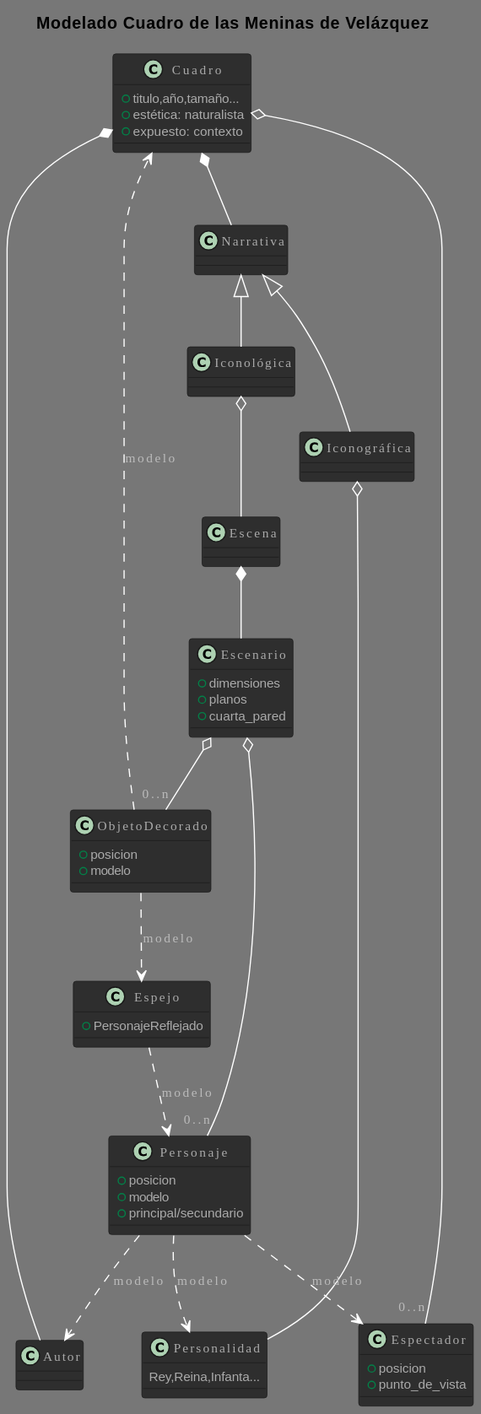
Above: PracticasMaster/01_Modelado_O/diagrams/meninas/MeninasDomain.svg in Joselon/joselon.github.io (PlantUML), before the change.
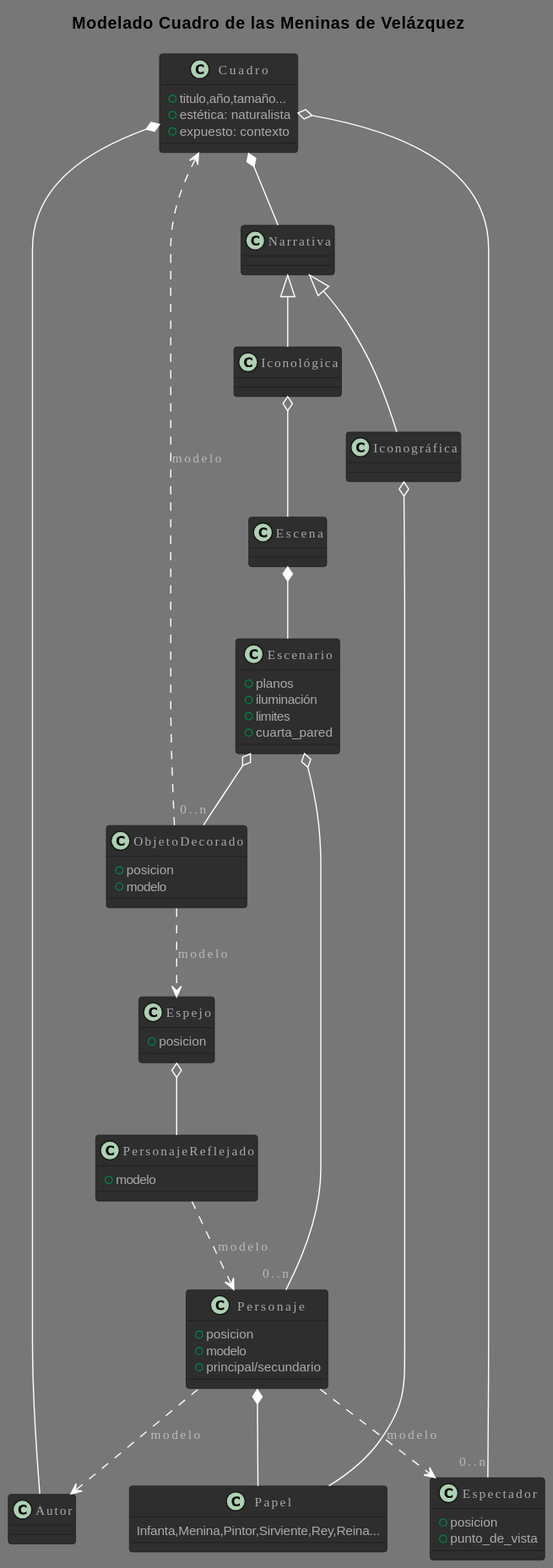
The same diagram one commit later.

Commit message:
Practica Meninas. Fix Papel

What changed in the source:
```diff
@@ -19,10 +19,10 @@
 
 class Iconográfica {
 }
-Iconográfica o-- Personalidad
+Iconográfica o-- Papel
 
-class Personalidad {
-    Rey,Reina,Infanta...
+class Papel {
+    Infanta,Menina,Pintor,Sirviente,Rey,Reina...
 }
 
 class Iconológica{
@@ -30,8 +30,9 @@
 Iconológica o-- Escena
 
 class Escenario {
-    + dimensiones
     + planos
+    + iluminación
+    + limites
     + cuarta_pared
 }
 Escena *-- Escenario
@@ -45,10 +46,16 @@
 ObjetoDecorado ..> Cuadro :modelo
 ObjetoDecorado ..> Espejo :modelo
 
+
 class Espejo {
-    + PersonajeReflejado
+    + posicion
 }
-Espejo ..> Personaje :modelo
+Espejo o-- PersonajeReflejado
+
+class PersonajeReflejado{
+   + modelo
+}
+PersonajeReflejado ..> Personaje :modelo
 
 class Personaje {
     + posicion
@@ -57,7 +64,7 @@
 }
 Personaje ..> Autor :modelo
 Personaje ..> Espectador :modelo
-Personaje ..> Personalidad :modelo
+Personaje *-- Papel
 class Espectador {
     + posicion
     + punto_de_vista
@@ -364,10 +371,10 @@
 
 class Iconográfica {
 }
-Iconográfica o-- Personalidad
+Iconográfica o-- Papel
 
-class Personalidad {
-    Rey,Reina,Infanta...
+class Papel {
+    Infanta,Menina,Pintor,Sirviente,Rey,Reina...
 }
 
 class Iconológica{
@@ -375,8 +382,9 @@
 Iconológica o-- Escena
 
 class Escenario {
-    + dimensiones
     + planos
+    + iluminación
+    + limites
     + cuarta_pared
 }
 Escena *-- Escenario
@@ -390,10 +398,16 @@
 ObjetoDecorado ..> Cuadro :modelo
 ObjetoDecorado ..> Espejo :modelo
 
+
 class Espejo {
-    + PersonajeReflejado
+    + posicion
 }
-Espejo ..> Personaje :modelo
+Espejo o-- PersonajeReflejado
+
+class PersonajeReflejado{
+   + modelo
+}
+PersonajeReflejado ..> Personaje :modelo
 
 class Personaje {
     + posicion
@@ -402,7 +416,7 @@
 }
 Personaje ..> Autor :modelo
 Personaje ..> Espectador :modelo
-Personaje ..> Personalidad :modelo
+Personaje *-- Papel
 class Espectador {
     + posicion
     + punto_de_vista
```
